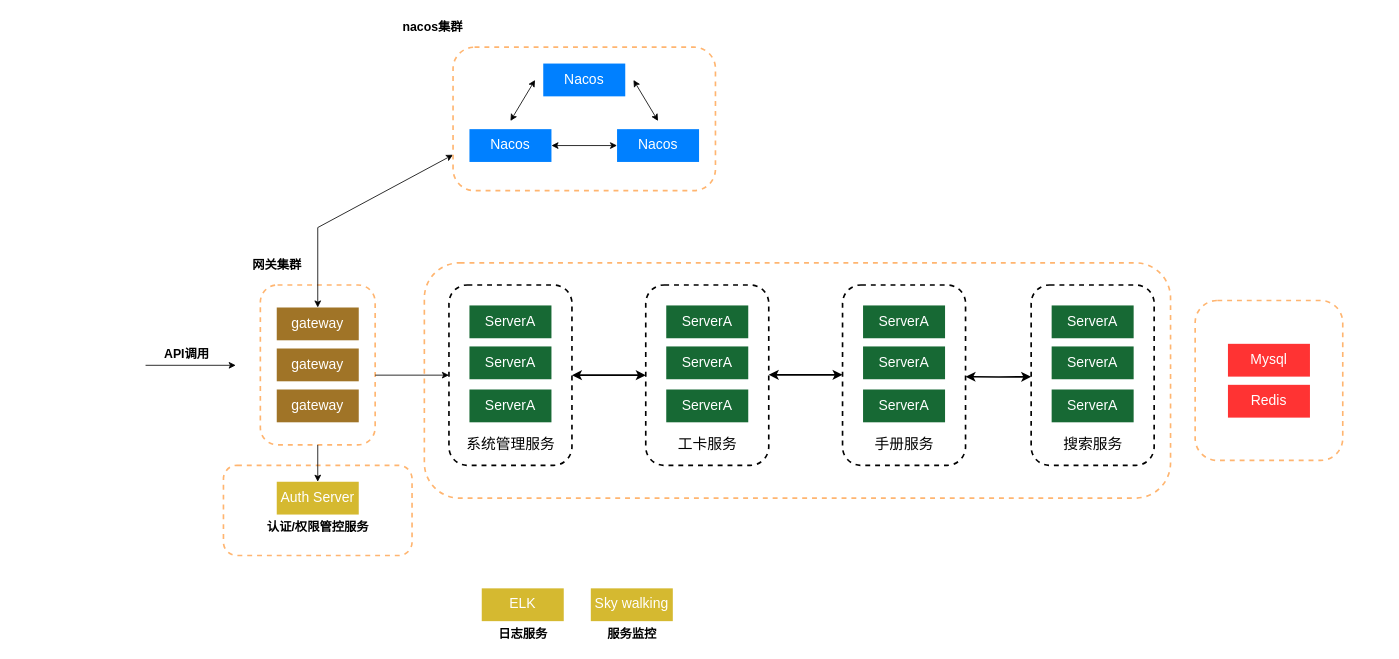
Earlier version of the draw.io diagram 设计相关/IETP微服务架构.drawio (DemonHan/KuickBuy). Source tidied: cells renumbered, new cells numbered last; positions are measured from the earlier drawing's top-left corner, leaving out a move shared by most shapes. Both pictures are drawn from the tidied source at 82%, with x=0, y=0 at pixel (145, 14). Pictures stored in the file or linked from it are replaced by grey dashed boxes.
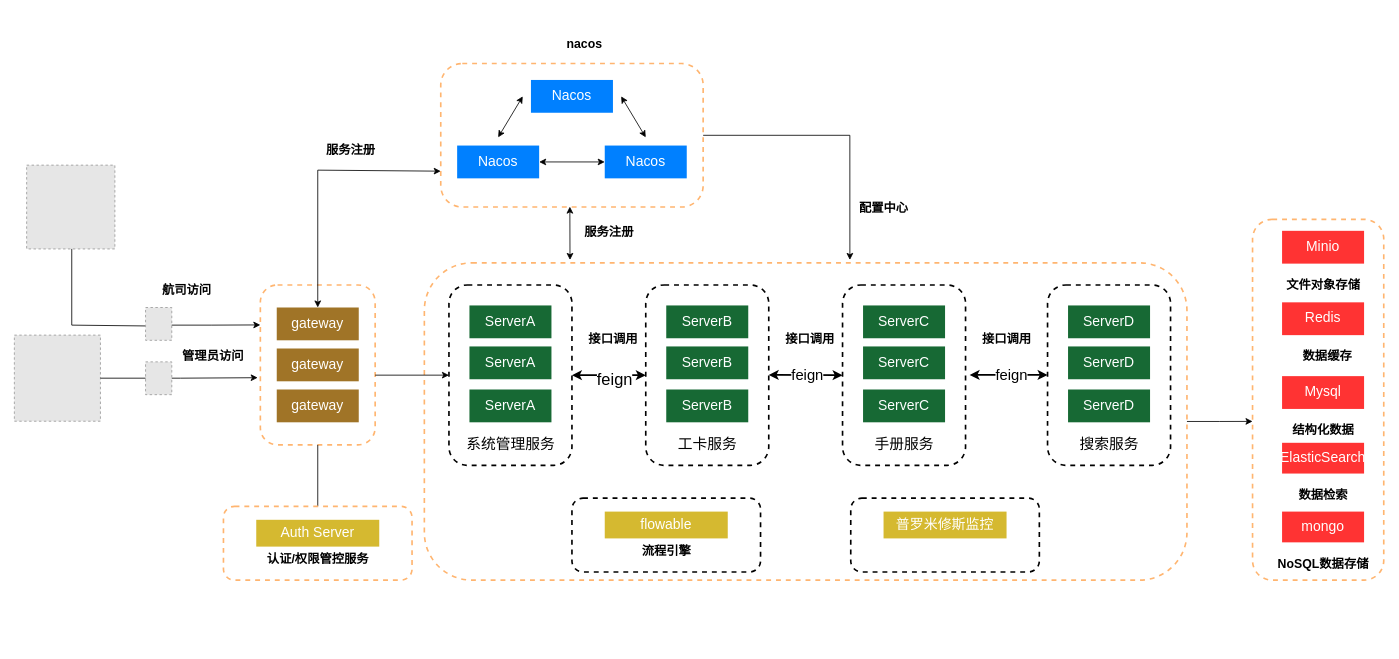
Above is the later version.

Commit message (it also covers changes not shown here):
更新IETP微服务架构.drawio

Unchanged cells that the change refers to:
```xml
<mxCell id="6" style="rounded=1;whiteSpace=wrap;html=1;dashed=1;strokeColor=#FFB570;strokeWidth=2;" parent="5" vertex="1">
  <mxGeometry width="140" height="195" as="geometry" />
</mxCell>
<mxCell id="7" value="&lt;font color=&quot;#ffffff&quot;&gt;gateway&lt;/font&gt;" style="rounded=0;whiteSpace=wrap;html=1;fillColor=#a07427;fontSize=17;strokeColor=none;" parent="5" vertex="1">
  <mxGeometry x="20" y="27.5" width="100" height="40" as="geometry" />
</mxCell>
<mxCell id="16" style="rounded=1;whiteSpace=wrap;html=1;dashed=1;strokeColor=#FFB570;strokeWidth=2;" parent="15" vertex="1">
  <mxGeometry width="320" height="175" as="geometry" />
</mxCell>
<mxCell id="39" style="group;" parent="1" vertex="1">
  <mxGeometry x="610" y="330" width="150" height="220" as="geometry" />
</mxCell>
<mxCell id="45" style="edgeStyle=orthogonalEdgeStyle;rounded=0;jettySize=auto;html=1;entryX=0;entryY=0.5;entryDx=0;entryDy=0;startArrow=classic;startFill=1;targetPerimeterSpacing=2;strokeWidth=2;" parent="1" edge="1" source="34" target="40">
  <mxGeometry relative="1" as="geometry" />
</mxCell>
```

Change to the diagram source:
```diff
@@
     <mxCell id="2" style="rounded=1;whiteSpace=wrap;html=1;dashed=1;strokeColor=#FFB570;strokeWidth=2;" parent="1" vertex="1">
-      <mxGeometry x="340" y="303" width="910" height="287" as="geometry" />
+      <mxGeometry x="340" y="303" width="930" height="387" as="geometry" />
     </mxCell>
-    <mxCell id="3" style="rounded=1;whiteSpace=wrap;html=1;dashed=1;strokeColor=#FFB570;strokeWidth=2;" parent="1" vertex="1">
-      <mxGeometry x="95" y="550" width="230" height="110" as="geometry" />
-    </mxCell>
     <mxCell id="4" style="rounded=1;whiteSpace=wrap;html=1;dashed=1;strokeColor=#FFB570;strokeWidth=2;" parent="1" vertex="1">
-      <mxGeometry x="1280" y="349" width="180" height="195" as="geometry" />
+      <mxGeometry x="1350" y="250" width="160" height="440" as="geometry" />
     </mxCell>
@@
     <mxCell id="10" style="endArrow=classic;startArrow=classic;html=1;rounded=0;entryX=0;entryY=0.75;entryDx=0;entryDy=0;" parent="1" edge="1" source="7" target="16">
       <mxGeometry relative="1" as="geometry">
         <Array as="points">
-          <mxPoint x="210" y="260" />
+          <mxPoint x="210" y="190" />
         </Array>
       </mxGeometry>
     </mxCell>
-    <mxCell id="11" style="endArrow=classic;html=1;rounded=0;" parent="1" edge="1">
-      <mxGeometry relative="1" as="geometry">
-        <mxPoint y="428" as="sourcePoint" />
-        <mxPoint x="110" y="428" as="targetPoint" />
-      </mxGeometry>
-    </mxCell>
-    <mxCell id="12" value="API调用" style="text;html=1;align=center;verticalAlign=middle;strokeColor=none;fillColor=none;strokeWidth=3;fontSize=15;fontStyle=1;" parent="1" vertex="1">
-      <mxGeometry x="10" y="398" width="80" height="30" as="geometry" />
-    </mxCell>
-    <mxCell id="13" value="网关集群" style="text;html=1;align=center;verticalAlign=middle;strokeColor=none;fillColor=none;strokeWidth=3;fontSize=15;fontStyle=1;" parent="1" vertex="1">
-      <mxGeometry x="120" y="290" width="80" height="30" as="geometry" />
+    <mxCell id="13" value="服务注册" style="text;html=1;align=center;verticalAlign=middle;strokeColor=none;fillColor=none;strokeWidth=3;fontSize=15;fontStyle=1;" parent="1" vertex="1">
+      <mxGeometry x="210" y="150" width="80" height="30" as="geometry" />
     </mxCell>
-    <mxCell id="14" value="nacos集群" style="text;html=1;align=center;verticalAlign=middle;strokeColor=none;fillColor=none;strokeWidth=3;fontSize=15;fontStyle=1;" parent="1" vertex="1">
-      <mxGeometry x="300" width="100" height="30" as="geometry" />
+    <mxCell id="14" value="nacos" style="text;html=1;align=center;verticalAlign=middle;strokeColor=none;fillColor=none;strokeWidth=3;fontSize=15;fontStyle=1;" parent="1" vertex="1">
+      <mxGeometry x="500" y="20" width="70" height="30" as="geometry" />
     </mxCell>
     <mxCell id="15" style="group;" parent="1" vertex="1">
-      <mxGeometry x="375" y="40" width="320" height="175" as="geometry" />
+      <mxGeometry x="360" y="60" width="320" height="175" as="geometry" />
     </mxCell>
@@
-    <mxCell id="24" value="&lt;font color=&quot;#ffffff&quot;&gt;Auth Server&lt;/font&gt;" style="rounded=0;whiteSpace=wrap;html=1;fillColor=#d5b930;fontSize=17;strokeColor=none;" parent="1" vertex="1">
-      <mxGeometry x="160" y="570" width="100" height="40" as="geometry" />
-    </mxCell>
@@
-    <mxCell id="26" value="认证/权限管控服务" style="text;html=1;align=center;verticalAlign=middle;strokeColor=none;fillColor=none;strokeWidth=3;fontSize=15;fontStyle=1;" parent="1" vertex="1">
-      <mxGeometry x="135" y="610" width="150" height="30" as="geometry" />
-    </mxCell>
-    <mxCell id="27" value="&lt;font color=&quot;#ffffff&quot;&gt;ELK&lt;/font&gt;" style="rounded=0;whiteSpace=wrap;html=1;fillColor=#d5b930;fontSize=17;strokeColor=none;" parent="1" vertex="1">
-      <mxGeometry x="410" y="700" width="100" height="40" as="geometry" />
-    </mxCell>
-    <mxCell id="28" value="日志服务" style="text;html=1;align=center;verticalAlign=middle;strokeColor=none;fillColor=none;strokeWidth=3;fontSize=15;fontStyle=1;" parent="1" vertex="1">
-      <mxGeometry x="420" y="740" width="80" height="30" as="geometry" />
-    </mxCell>
-    <mxCell id="29" value="&lt;font color=&quot;#ffffff&quot;&gt;Sky&amp;nbsp;walking&lt;/font&gt;" style="rounded=0;whiteSpace=wrap;html=1;fillColor=#d5b930;fontSize=17;strokeColor=none;" parent="1" vertex="1">
-      <mxGeometry x="543" y="700" width="100" height="40" as="geometry" />
-    </mxCell>
-    <mxCell id="30" value="服务监控" style="text;html=1;align=center;verticalAlign=middle;strokeColor=none;fillColor=none;strokeWidth=3;fontSize=15;fontStyle=1;" parent="1" vertex="1">
-      <mxGeometry x="553" y="740" width="80" height="30" as="geometry" />
-    </mxCell>
-    <mxCell id="31" value="&lt;font color=&quot;#ffffff&quot;&gt;Mysql&lt;/font&gt;" style="rounded=0;whiteSpace=wrap;html=1;fillColor=#FF3333;fontSize=17;strokeColor=none;" parent="1" vertex="1">
-      <mxGeometry x="1320" y="401.8" width="100" height="40" as="geometry" />
+    <mxCell id="31" value="&lt;font color=&quot;#ffffff&quot;&gt;Minio&lt;/font&gt;" style="rounded=0;whiteSpace=wrap;html=1;fillColor=#FF3333;fontSize=17;strokeColor=none;" parent="1" vertex="1">
+      <mxGeometry x="1386" y="264" width="100" height="40" as="geometry" />
     </mxCell>
     <mxCell id="32" value="&lt;font color=&quot;#ffffff&quot;&gt;Redis&lt;/font&gt;" style="rounded=0;whiteSpace=wrap;html=1;fillColor=#FF3333;fontSize=17;strokeColor=none;" parent="1" vertex="1">
-      <mxGeometry x="1320" y="451.8" width="100" height="40" as="geometry" />
+      <mxGeometry x="1386" y="351.2" width="100" height="40" as="geometry" />
     </mxCell>
@@
-    <mxCell id="41" value="&lt;font color=&quot;#ffffff&quot;&gt;ServerA&lt;/font&gt;" style="rounded=0;whiteSpace=wrap;html=1;fillColor=#176934;fontSize=17;strokeColor=none;" parent="39" vertex="1">
+    <mxCell id="41" value="&lt;font color=&quot;#ffffff&quot;&gt;ServerB&lt;/font&gt;" style="rounded=0;whiteSpace=wrap;html=1;fillColor=#176934;fontSize=17;strokeColor=none;" parent="39" vertex="1">
       <mxGeometry x="25" y="25" width="100" height="40" as="geometry" />
     </mxCell>
-    <mxCell id="42" value="&lt;font color=&quot;#ffffff&quot;&gt;ServerA&lt;/font&gt;" style="rounded=0;whiteSpace=wrap;html=1;fillColor=#176934;fontSize=17;strokeColor=none;" parent="39" vertex="1">
+    <mxCell id="42" value="&lt;font color=&quot;#ffffff&quot;&gt;ServerB&lt;/font&gt;" style="rounded=0;whiteSpace=wrap;html=1;fillColor=#176934;fontSize=17;strokeColor=none;" parent="39" vertex="1">
       <mxGeometry x="25" y="75" width="100" height="40" as="geometry" />
     </mxCell>
-    <mxCell id="43" value="&lt;font color=&quot;#ffffff&quot;&gt;ServerA&lt;/font&gt;" style="rounded=0;whiteSpace=wrap;html=1;fillColor=#176934;fontSize=17;strokeColor=none;" parent="39" vertex="1">
+    <mxCell id="43" value="&lt;font color=&quot;#ffffff&quot;&gt;ServerB&lt;/font&gt;" style="rounded=0;whiteSpace=wrap;html=1;fillColor=#176934;fontSize=17;strokeColor=none;" parent="39" vertex="1">
       <mxGeometry x="25" y="127.5" width="100" height="40" as="geometry" />
     </mxCell>
@@
+    <mxCell id="60" value="feign" style="edgeLabel;html=1;align=center;verticalAlign=middle;fontSize=20;" parent="45" vertex="1">
+      <mxGeometry x="0.1" y="-3" relative="1" as="geometry">
+        <mxPoint x="1" as="offset" />
+      </mxGeometry>
+    </mxCell>
-    <mxCell id="46" style="group;" parent="1" vertex="1">
+    <mxCell id="46" style="group;strokeColor=none;" parent="1" vertex="1">
       <mxGeometry x="850" y="330" width="150" height="220" as="geometry" />
     </mxCell>
@@
-    <mxCell id="48" value="&lt;font color=&quot;#ffffff&quot;&gt;ServerA&lt;/font&gt;" style="rounded=0;whiteSpace=wrap;html=1;fillColor=#176934;fontSize=17;strokeColor=none;" parent="46" vertex="1">
+    <mxCell id="48" value="&lt;font color=&quot;#ffffff&quot;&gt;ServerC&lt;/font&gt;" style="rounded=0;whiteSpace=wrap;html=1;fillColor=#176934;fontSize=17;strokeColor=none;" parent="46" vertex="1">
       <mxGeometry x="25" y="25" width="100" height="40" as="geometry" />
     </mxCell>
-    <mxCell id="49" value="&lt;font color=&quot;#ffffff&quot;&gt;ServerA&lt;/font&gt;" style="rounded=0;whiteSpace=wrap;html=1;fillColor=#176934;fontSize=17;strokeColor=none;" parent="46" vertex="1">
+    <mxCell id="49" value="&lt;font color=&quot;#ffffff&quot;&gt;ServerC&lt;/font&gt;" style="rounded=0;whiteSpace=wrap;html=1;fillColor=#176934;fontSize=17;strokeColor=none;" parent="46" vertex="1">
       <mxGeometry x="25" y="75" width="100" height="40" as="geometry" />
     </mxCell>
-    <mxCell id="50" value="&lt;font color=&quot;#ffffff&quot;&gt;ServerA&lt;/font&gt;" style="rounded=0;whiteSpace=wrap;html=1;fillColor=#176934;fontSize=17;strokeColor=none;" parent="46" vertex="1">
+    <mxCell id="50" value="&lt;font color=&quot;#ffffff&quot;&gt;ServerC&lt;/font&gt;" style="rounded=0;whiteSpace=wrap;html=1;fillColor=#176934;fontSize=17;strokeColor=none;" parent="46" vertex="1">
       <mxGeometry x="25" y="127.5" width="100" height="40" as="geometry" />
     </mxCell>
@@
     <mxCell id="52" style="group;" parent="1" vertex="1">
-      <mxGeometry x="1080" y="330" width="150" height="220" as="geometry" />
+      <mxGeometry x="1100" y="330" width="150" height="220" as="geometry" />
     </mxCell>
@@
-    <mxCell id="54" value="&lt;font color=&quot;#ffffff&quot;&gt;ServerA&lt;/font&gt;" style="rounded=0;whiteSpace=wrap;html=1;fillColor=#176934;fontSize=17;strokeColor=none;" parent="52" vertex="1">
+    <mxCell id="54" value="&lt;font color=&quot;#ffffff&quot;&gt;ServerD&lt;/font&gt;" style="rounded=0;whiteSpace=wrap;html=1;fillColor=#176934;fontSize=17;strokeColor=none;" parent="52" vertex="1">
       <mxGeometry x="25" y="25" width="100" height="40" as="geometry" />
     </mxCell>
-    <mxCell id="55" value="&lt;font color=&quot;#ffffff&quot;&gt;ServerA&lt;/font&gt;" style="rounded=0;whiteSpace=wrap;html=1;fillColor=#176934;fontSize=17;strokeColor=none;" parent="52" vertex="1">
+    <mxCell id="55" value="&lt;font color=&quot;#ffffff&quot;&gt;ServerD&lt;/font&gt;" style="rounded=0;whiteSpace=wrap;html=1;fillColor=#176934;fontSize=17;strokeColor=none;" parent="52" vertex="1">
       <mxGeometry x="25" y="75" width="100" height="40" as="geometry" />
     </mxCell>
-    <mxCell id="56" value="&lt;font color=&quot;#ffffff&quot;&gt;ServerA&lt;/font&gt;" style="rounded=0;whiteSpace=wrap;html=1;fillColor=#176934;fontSize=17;strokeColor=none;" parent="52" vertex="1">
+    <mxCell id="56" value="&lt;font color=&quot;#ffffff&quot;&gt;ServerD&lt;/font&gt;" style="rounded=0;whiteSpace=wrap;html=1;fillColor=#176934;fontSize=17;strokeColor=none;" parent="52" vertex="1">
       <mxGeometry x="25" y="127.5" width="100" height="40" as="geometry" />
     </mxCell>
@@
-    <mxCell id="58" style="edgeStyle=orthogonalEdgeStyle;rounded=0;orthogonalLoop=1;jettySize=auto;html=1;entryX=0;entryY=0.5;entryDx=0;entryDy=0;startArrow=classic;startFill=1;targetPerimeterSpacing=2;strokeWidth=2;" parent="1" edge="1">
-      <mxGeometry relative="1" as="geometry">
-        <mxPoint x="760" y="439.6" as="sourcePoint" />
-        <mxPoint x="850" y="439.6" as="targetPoint" />
-      </mxGeometry>
-    </mxCell>
-    <mxCell id="59" style="edgeStyle=orthogonalEdgeStyle;rounded=0;orthogonalLoop=1;jettySize=auto;html=1;startArrow=classic;startFill=1;targetPerimeterSpacing=2;strokeWidth=2;" parent="1" edge="1">
-      <mxGeometry relative="1" as="geometry">
-        <mxPoint x="1000" y="441.8" as="sourcePoint" />
-        <mxPoint x="1080" y="442" as="targetPoint" />
-      </mxGeometry>
-    </mxCell>
+    <mxCell id="61" style="endArrow=classic;startArrow=classic;html=1;rounded=0;strokeWidth=2;" parent="1" edge="1">
+      <mxGeometry relative="1" as="geometry">
+        <mxPoint x="760" y="439.7" as="sourcePoint" />
+        <mxPoint x="850" y="440" as="targetPoint" />
+      </mxGeometry>
+    </mxCell>
+    <mxCell id="62" value="feign" style="edgeLabel;html=1;align=center;verticalAlign=middle;fontSize=18;" parent="61" vertex="1">
+      <mxGeometry x="0.22" y="-2" relative="1" as="geometry">
+        <mxPoint x="-8" y="-2" as="offset" />
+      </mxGeometry>
+    </mxCell>
+    <mxCell id="63" style="endArrow=classic;startArrow=classic;html=1;rounded=0;strokeWidth=2;" parent="1" edge="1">
+      <mxGeometry relative="1" as="geometry">
+        <mxPoint x="1005" y="439.7" as="sourcePoint" />
+        <mxPoint x="1100" y="439.7" as="targetPoint" />
+      </mxGeometry>
+    </mxCell>
+    <mxCell id="64" value="feign" style="edgeLabel;html=1;align=center;verticalAlign=middle;fontSize=18;" parent="63" vertex="1">
+      <mxGeometry x="0.22" y="-2" relative="1" as="geometry">
+        <mxPoint x="-8" y="-2" as="offset" />
+      </mxGeometry>
+    </mxCell>
+    <mxCell id="65" style="group;" parent="1" vertex="1">
+      <mxGeometry x="95" y="600" width="230" height="90" as="geometry" />
+    </mxCell>
+    <mxCell id="3" style="rounded=1;whiteSpace=wrap;html=1;dashed=1;strokeColor=#FFB570;strokeWidth=2;" parent="65" vertex="1">
+      <mxGeometry width="230" height="90" as="geometry" />
+    </mxCell>
+    <mxCell id="24" value="&lt;font color=&quot;#ffffff&quot;&gt;Auth Server&lt;/font&gt;" style="rounded=0;whiteSpace=wrap;html=1;fillColor=#d5b930;fontSize=17;strokeColor=none;" parent="65" vertex="1">
+      <mxGeometry x="40" y="16.4" width="150" height="32.7" as="geometry" />
+    </mxCell>
+    <mxCell id="26" value="认证/权限管控服务" style="text;html=1;align=center;verticalAlign=middle;strokeColor=none;fillColor=none;strokeWidth=3;fontSize=15;fontStyle=1;" parent="65" vertex="1">
+      <mxGeometry x="40" y="49.1" width="150" height="30" as="geometry" />
+    </mxCell>
+    <mxCell id="66" style="endArrow=classic;html=1;rounded=0;entryX=0.191;entryY=-0.009;entryDx=0;entryDy=0;entryPerimeter=0;exitX=0.492;exitY=0.997;exitDx=0;exitDy=0;exitPerimeter=0;startArrow=classic;startFill=1;" parent="1" edge="1" source="16" target="2">
+      <mxGeometry relative="1" as="geometry" />
+    </mxCell>
+    <mxCell id="67" value="服务注册" style="text;html=1;align=center;verticalAlign=middle;strokeColor=none;fillColor=none;strokeWidth=3;fontSize=15;fontStyle=1;" parent="1" vertex="1">
+      <mxGeometry x="525" y="250" width="80" height="30" as="geometry" />
+    </mxCell>
+    <mxCell id="68" value="接口调用" style="text;html=1;align=center;verticalAlign=middle;strokeColor=none;fillColor=none;strokeWidth=3;fontSize=15;fontStyle=1;" parent="1" vertex="1">
+      <mxGeometry x="530" y="380" width="80" height="30" as="geometry" />
+    </mxCell>
+    <mxCell id="69" value="接口调用" style="text;html=1;align=center;verticalAlign=middle;strokeColor=none;fillColor=none;strokeWidth=3;fontSize=15;fontStyle=1;" parent="1" vertex="1">
+      <mxGeometry x="770" y="380" width="80" height="30" as="geometry" />
+    </mxCell>
+    <mxCell id="70" value="接口调用" style="text;html=1;align=center;verticalAlign=middle;strokeColor=none;fillColor=none;strokeWidth=3;fontSize=15;fontStyle=1;" parent="1" vertex="1">
+      <mxGeometry x="1010" y="380" width="80" height="30" as="geometry" />
+    </mxCell>
+    <mxCell id="71" style="rounded=1;whiteSpace=wrap;html=1;dashed=1;strokeColor=#000000;strokeWidth=2;" parent="1" vertex="1">
+      <mxGeometry x="860" y="590" width="230" height="90" as="geometry" />
+    </mxCell>
+    <mxCell id="72" value="&lt;font color=&quot;#ffffff&quot;&gt;普罗米修斯监控&lt;/font&gt;" style="rounded=0;whiteSpace=wrap;html=1;fillColor=#d5b930;fontSize=17;strokeColor=none;" parent="1" vertex="1">
+      <mxGeometry x="900" y="606.4" width="150" height="32.7" as="geometry" />
+    </mxCell>
+    <mxCell id="73" style="rounded=1;whiteSpace=wrap;html=1;dashed=1;strokeColor=#000000;strokeWidth=2;" parent="1" vertex="1">
+      <mxGeometry x="520" y="590" width="230" height="90" as="geometry" />
+    </mxCell>
+    <mxCell id="74" value="&lt;font color=&quot;#ffffff&quot;&gt;flowable&lt;/font&gt;" style="rounded=0;whiteSpace=wrap;html=1;fillColor=#d5b930;fontSize=17;strokeColor=none;" parent="1" vertex="1">
+      <mxGeometry x="560" y="606.4" width="150" height="32.7" as="geometry" />
+    </mxCell>
+    <mxCell id="75" value="流程引擎" style="text;html=1;align=center;verticalAlign=middle;strokeColor=none;fillColor=none;strokeWidth=3;fontSize=15;fontStyle=1;" parent="1" vertex="1">
+      <mxGeometry x="595" y="639.1" width="80" height="30" as="geometry" />
+    </mxCell>
+    <mxCell id="76" value="文件对象存储" style="text;html=1;align=center;verticalAlign=middle;strokeColor=none;fillColor=none;strokeWidth=3;fontSize=15;fontStyle=1;" parent="1" vertex="1">
+      <mxGeometry x="1381" y="313.8" width="110" height="30" as="geometry" />
+    </mxCell>
+    <mxCell id="77" style="edgeStyle=orthogonalEdgeStyle;rounded=0;jettySize=auto;html=1;entryX=0.558;entryY=-0.009;entryDx=0;entryDy=0;entryPerimeter=0;exitX=1;exitY=0.5;exitDx=0;exitDy=0;" parent="1" edge="1" source="16" target="2">
+      <mxGeometry relative="1" as="geometry" />
+    </mxCell>
+    <mxCell id="78" value="配置中心" style="text;html=1;align=center;verticalAlign=middle;strokeColor=none;fillColor=none;strokeWidth=3;fontSize=15;fontStyle=1;" parent="1" vertex="1">
+      <mxGeometry x="860" y="220" width="80" height="30" as="geometry" />
+    </mxCell>
+    <mxCell id="79" value="数据缓存" style="text;html=1;align=center;verticalAlign=middle;strokeColor=none;fillColor=none;strokeWidth=3;fontSize=15;fontStyle=1;" parent="1" vertex="1">
+      <mxGeometry x="1401" y="401.2" width="80" height="30" as="geometry" />
+    </mxCell>
+    <mxCell id="80" value="&lt;font color=&quot;#ffffff&quot;&gt;Mysql&lt;/font&gt;" style="rounded=0;whiteSpace=wrap;html=1;fillColor=#FF3333;fontSize=17;strokeColor=none;" parent="1" vertex="1">
+      <mxGeometry x="1386" y="441.2" width="100" height="40" as="geometry" />
+    </mxCell>
+    <mxCell id="81" value="结构化数据" style="text;html=1;align=center;verticalAlign=middle;strokeColor=none;fillColor=none;strokeWidth=3;fontSize=15;fontStyle=1;" parent="1" vertex="1">
+      <mxGeometry x="1386" y="491.2" width="100" height="30" as="geometry" />
+    </mxCell>
+    <mxCell id="82" value="&lt;font color=&quot;#ffffff&quot;&gt;ElasticSearch&lt;/font&gt;" style="rounded=0;whiteSpace=wrap;html=1;fillColor=#FF3333;fontSize=17;strokeColor=none;" parent="1" vertex="1">
+      <mxGeometry x="1386" y="522.5" width="100" height="37.5" as="geometry" />
+    </mxCell>
+    <mxCell id="83" value="数据检索" style="text;html=1;align=center;verticalAlign=middle;strokeColor=none;fillColor=none;strokeWidth=3;fontSize=15;fontStyle=1;" parent="1" vertex="1">
+      <mxGeometry x="1396" y="571.2" width="80" height="30" as="geometry" />
+    </mxCell>
+    <mxCell id="84" value="&lt;font color=&quot;#ffffff&quot;&gt;mongo&lt;/font&gt;" style="rounded=0;whiteSpace=wrap;html=1;fillColor=#FF3333;fontSize=17;strokeColor=none;" parent="1" vertex="1">
+      <mxGeometry x="1386" y="606.4" width="100" height="37.5" as="geometry" />
+    </mxCell>
+    <mxCell id="85" value="NoSQL数据存储" style="text;html=1;align=center;verticalAlign=middle;strokeColor=none;fillColor=none;strokeWidth=3;fontSize=15;fontStyle=1;" parent="1" vertex="1">
+      <mxGeometry x="1371" y="655.1" width="130" height="30" as="geometry" />
+    </mxCell>
+    <mxCell id="86" style="edgeStyle=orthogonalEdgeStyle;rounded=0;jettySize=auto;html=1;entryX=0;entryY=0.56;entryDx=0;entryDy=0;entryPerimeter=0;" parent="1" edge="1" source="2" target="4">
+      <mxGeometry relative="1" as="geometry" />
+    </mxCell>
+    <mxCell id="87" style="edgeStyle=orthogonalEdgeStyle;rounded=0;jettySize=auto;html=1;entryX=0;entryY=0.25;entryDx=0;entryDy=0;exitX=0.967;exitY=0.629;exitDx=0;exitDy=0;exitPerimeter=0;" parent="1" edge="1" source="92" target="6">
+      <mxGeometry relative="1" as="geometry">
+        <Array as="points">
+          <mxPoint x="31" y="379" />
+          <mxPoint x="80" y="379" />
+        </Array>
+      </mxGeometry>
+    </mxCell>
+    <mxCell id="88" style="fillColor=#E6E6E6;strokeColor=#999999;dashed=1;html=1;verticalLabelPosition=bottom;labelBackgroundColor=#ffffff;verticalAlign=top;" parent="1" vertex="1">
+      <mxGeometry x="-145" y="183.9" width="107.6" height="102.2" as="geometry" />
+    </mxCell>
+    <mxCell id="89" value="航司访问" style="text;html=1;align=center;verticalAlign=middle;strokeColor=none;fillColor=none;strokeWidth=3;fontSize=15;fontStyle=1;" parent="1" vertex="1">
+      <mxGeometry x="10" y="321.2" width="80" height="30" as="geometry" />
+    </mxCell>
+    <mxCell id="90" style="fillColor=#E6E6E6;strokeColor=#999999;dashed=1;html=1;verticalLabelPosition=bottom;labelBackgroundColor=#ffffff;verticalAlign=top;" parent="1" vertex="1">
+      <mxGeometry x="-160" y="391.2" width="105" height="105" as="geometry" />
+    </mxCell>
+    <mxCell id="91" style="edgeStyle=orthogonalEdgeStyle;rounded=0;jettySize=auto;html=1;endArrow=none;endFill=0;" parent="1" edge="1" source="88">
+      <mxGeometry relative="1" as="geometry">
+        <mxPoint y="380" as="targetPoint" />
+        <Array as="points">
+          <mxPoint x="-90" y="379" />
+        </Array>
+      </mxGeometry>
+    </mxCell>
+    <mxCell id="92" style="fillColor=#E6E6E6;strokeColor=#999999;dashed=1;html=1;verticalLabelPosition=bottom;labelBackgroundColor=#ffffff;verticalAlign=top;" parent="1" vertex="1">
+      <mxGeometry y="357.5" width="32" height="40" as="geometry" />
+    </mxCell>
+    <mxCell id="93" style="edgeStyle=orthogonalEdgeStyle;rounded=0;jettySize=auto;html=1;entryX=-0.023;entryY=0.58;entryDx=0;entryDy=0;entryPerimeter=0;" parent="1" edge="1" source="90" target="6">
+      <mxGeometry relative="1" as="geometry" />
+    </mxCell>
+    <mxCell id="94" style="fillColor=#E6E6E6;strokeColor=#999999;dashed=1;html=1;verticalLabelPosition=bottom;labelBackgroundColor=#ffffff;verticalAlign=top;" parent="1" vertex="1">
+      <mxGeometry y="423.8" width="32" height="40" as="geometry" />
+    </mxCell>
+    <mxCell id="95" value="管理员访问" style="text;html=1;align=center;verticalAlign=middle;strokeColor=none;fillColor=none;strokeWidth=3;fontSize=15;fontStyle=1;" parent="1" vertex="1">
+      <mxGeometry x="32" y="401.2" width="100" height="30" as="geometry" />
+    </mxCell>
```
